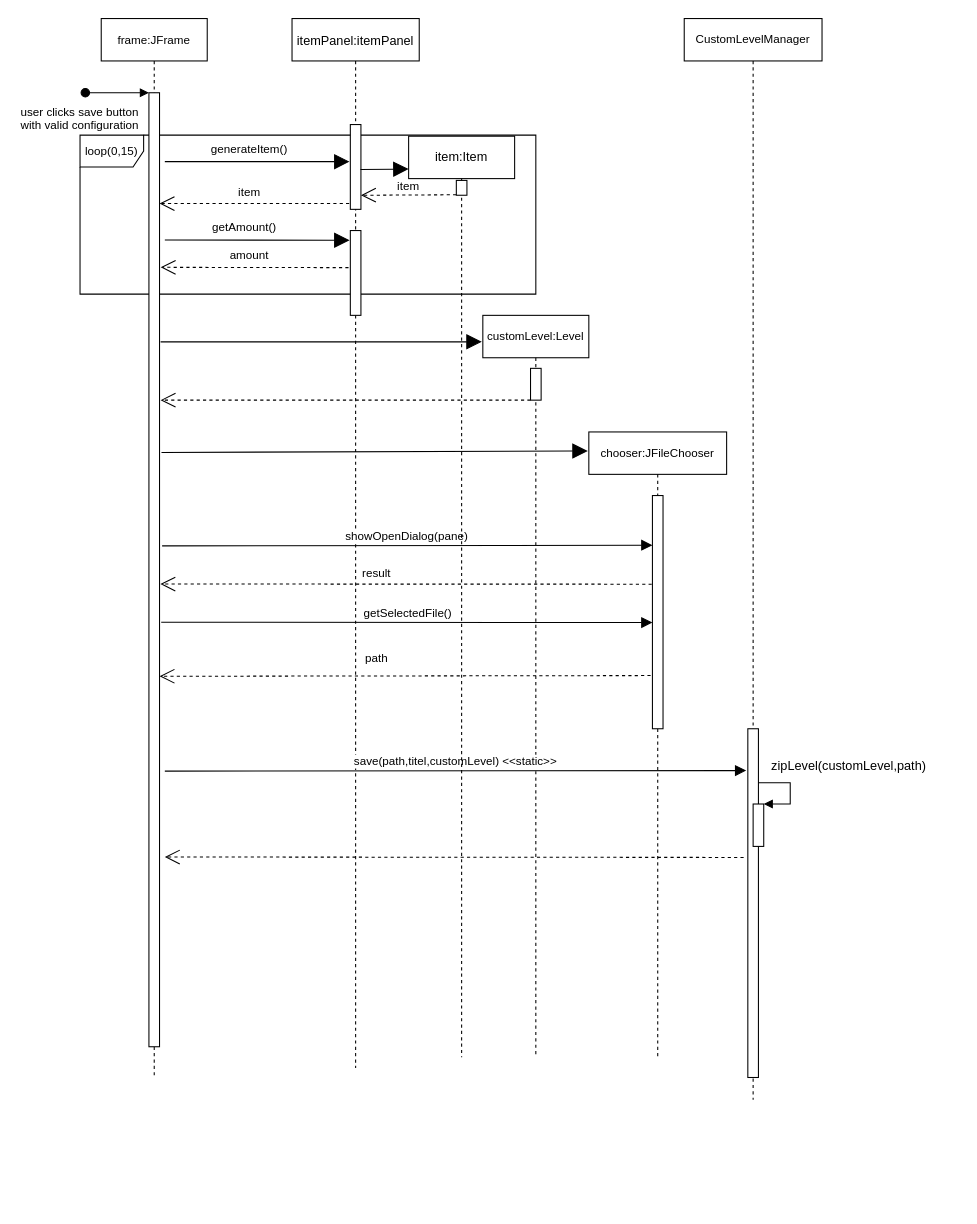
This is Squenzdiagramm.drawio from CaroReutin/Teamprojekt, a draw.io file, before an edit. Source tidied: cells renumbered, new cells numbered last; positions are measured from the earlier drawing's top-left corner, leaving out a move shared by most shapes. Both pictures are drawn from the tidied source at 106%, with x=0, y=0 at pixel (80, 18).
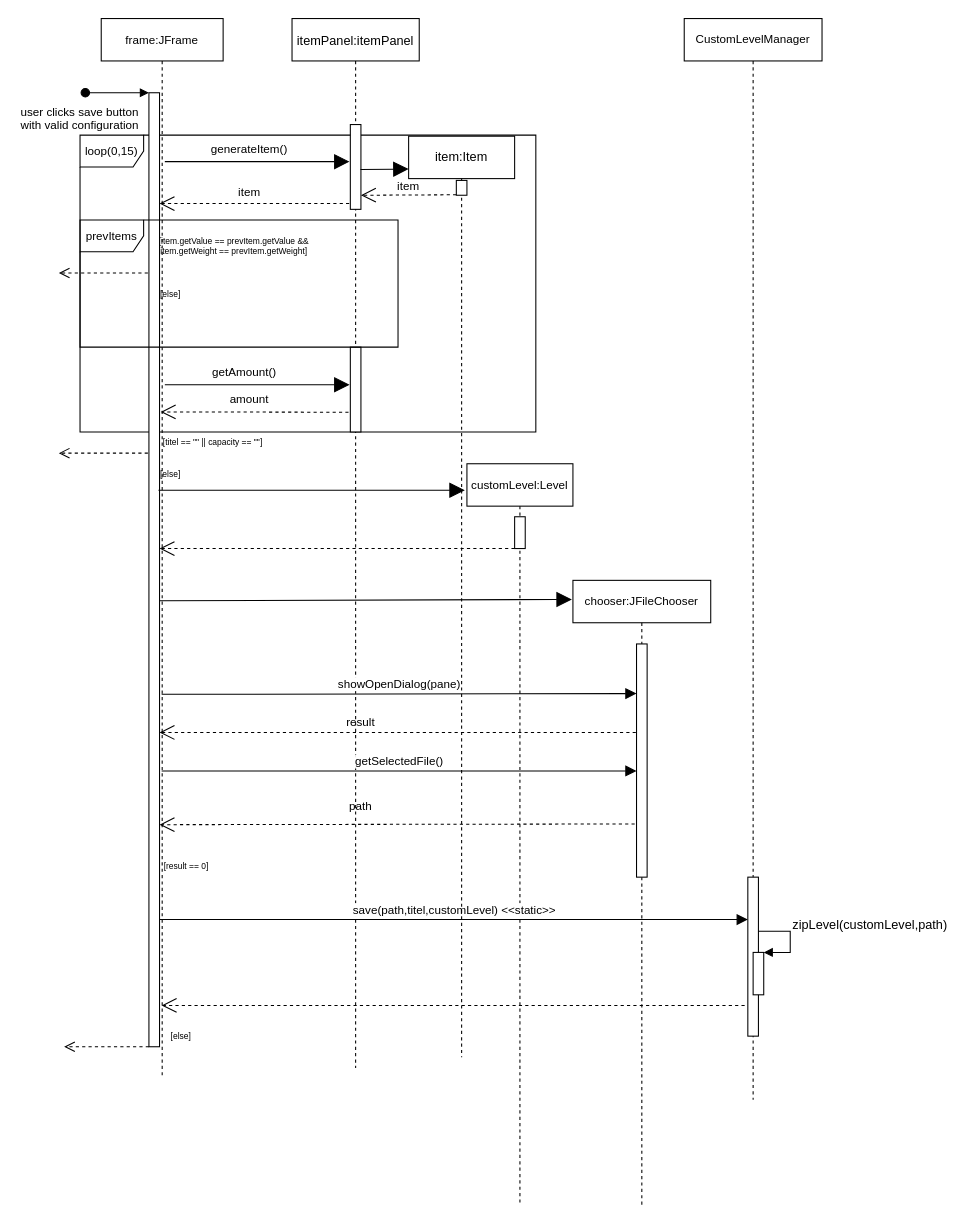
The same page after the edit.

Unchanged cells that the change refers to:
```xml
<mxCell id="4" style="points=[];perimeter=orthogonalPerimeter;rounded=0;shadow=0;strokeWidth=1;" parent="3" vertex="1">
  <mxGeometry x="45" y="70" width="10" height="900" as="geometry" />
</mxCell>
<mxCell id="7" value="itemPanel:itemPanel" style="shape=umlLifeline;perimeter=lifelinePerimeter;rounded=0;shadow=0;strokeWidth=1;" parent="1" vertex="1">
  <mxGeometry x="200" width="120" height="990" as="geometry" />
</mxCell>
<mxCell id="22" style="html=1;points=[];perimeter=orthogonalPerimeter;fontSize=11;fillColor=default;" parent="21" vertex="1">
  <mxGeometry x="60" y="60" width="10" height="220" as="geometry" />
</mxCell>
<mxCell id="29" value="CustomLevelManager" style="shape=umlLifeline;perimeter=lifelinePerimeter;whiteSpace=wrap;html=1;fontSize=11;fillColor=none;" parent="1" vertex="1">
  <mxGeometry x="570" width="130" height="1020" as="geometry" />
</mxCell>
```

The edit, as a diff of the source:
```diff
@@
     <mxCell id="2" value="loop(0,15)" style="shape=umlFrame;whiteSpace=wrap;html=1;fontSize=11;fillColor=none;" parent="1" vertex="1">
-      <mxGeometry y="110" width="430" height="150" as="geometry" />
+      <mxGeometry y="110" width="430" height="280" as="geometry" />
     </mxCell>
     <mxCell id="3" value="frame:JFrame" style="shape=umlLifeline;perimeter=lifelinePerimeter;rounded=0;shadow=0;strokeWidth=1;fontSize=11;" parent="1" vertex="1">
-      <mxGeometry x="20" width="100" height="1000" as="geometry" />
+      <mxGeometry x="20" width="115" height="1000" as="geometry" />
     </mxCell>
@@
     <mxCell id="6" style="endArrow=open;endFill=0;endSize=12;html=1;rounded=0;fontSize=11;entryX=0.276;entryY=0.834;entryDx=0;entryDy=0;entryPerimeter=0;exitX=-0.173;exitY=0.772;exitDx=0;exitDy=0;exitPerimeter=0;dashed=1;" parent="3" edge="1" source="22">
       <mxGeometry relative="1" as="geometry">
-        <mxPoint x="55" y="620.5" as="targetPoint" />
+        <mxPoint x="55" y="760.5" as="targetPoint" />
       </mxGeometry>
     </mxCell>
+    <mxCell id="42" value="[else]" style="text;html=1;align=center;verticalAlign=middle;strokeColor=none;fillColor=none;fontSize=8;" parent="3" vertex="1">
+      <mxGeometry x="45" y="420" width="40" height="20" as="geometry" />
+    </mxCell>
+    <mxCell id="43" value="[result == 0]" style="text;html=1;align=center;verticalAlign=middle;strokeColor=none;fillColor=none;fontSize=8;" parent="3" vertex="1">
+      <mxGeometry x="45" y="790" width="70" height="20" as="geometry" />
+    </mxCell>
+    <mxCell id="44" value="[else]" style="text;html=1;align=center;verticalAlign=middle;strokeColor=none;fillColor=none;fontSize=8;" parent="3" vertex="1">
+      <mxGeometry x="55" y="950" width="40" height="20" as="geometry" />
+    </mxCell>
@@
     <mxCell id="9" style="html=1;perimeter=orthogonalPerimeter;" parent="7" vertex="1">
-      <mxGeometry x="55" y="200" width="10" height="80" as="geometry" />
+      <mxGeometry x="55" y="310" width="10" height="80" as="geometry" />
     </mxCell>
@@
     <mxCell id="14" style="endArrow=block;endFill=1;endSize=12;html=1;rounded=0;fontSize=11;entryX=-0.067;entryY=0.538;entryDx=0;entryDy=0;entryPerimeter=0;" parent="1" edge="1">
       <mxGeometry relative="1" as="geometry">
-        <mxPoint x="80" y="209" as="sourcePoint" />
-        <mxPoint x="254.3" y="209.1" as="targetPoint" />
+        <mxPoint x="80" y="345.4" as="sourcePoint" />
+        <mxPoint x="254.3" y="345.5" as="targetPoint" />
       </mxGeometry>
     </mxCell>
     <mxCell id="15" value="getAmount()" style="text;align=center;fontStyle=0;verticalAlign=middle;spacingLeft=3;spacingRight=3;strokeColor=none;fontSize=11;fillColor=none;" parent="1" vertex="1">
-      <mxGeometry x="115.3" y="183.6" width="80" height="26" as="geometry" />
+      <mxGeometry x="115.3" y="320" width="80" height="26" as="geometry" />
     </mxCell>
-    <mxCell id="16" style="endArrow=open;endFill=0;endSize=12;html=1;rounded=0;fontSize=11;exitX=-0.167;exitY=0.646;exitDx=0;exitDy=0;exitPerimeter=0;entryX=1.107;entryY=0.183;entryDx=0;entryDy=0;entryPerimeter=0;dashed=1;" parent="1" edge="1" target="4">
+    <mxCell id="16" style="endArrow=open;endFill=0;endSize=12;html=1;rounded=0;fontSize=11;exitX=-0.167;exitY=0.646;exitDx=0;exitDy=0;exitPerimeter=0;entryX=1.107;entryY=0.183;entryDx=0;entryDy=0;entryPerimeter=0;dashed=1;" parent="1" edge="1">
       <mxGeometry relative="1" as="geometry">
-        <mxPoint x="253.3" y="235" as="sourcePoint" />
+        <mxPoint x="253.3" y="371.4" as="sourcePoint" />
+        <mxPoint x="76.1" y="371.1" as="targetPoint" />
       </mxGeometry>
     </mxCell>
     <mxCell id="17" value="amount" style="text;align=center;fontStyle=0;verticalAlign=middle;spacingLeft=3;spacingRight=3;strokeColor=none;fontSize=11;fillColor=none;dashed=1;" parent="1" vertex="1">
-      <mxGeometry x="120" y="209.6" width="80" height="26" as="geometry" />
+      <mxGeometry x="120" y="346" width="80" height="26" as="geometry" />
     </mxCell>
     <mxCell id="18" style="endArrow=block;endFill=1;endSize=12;html=1;rounded=0;fontSize=11;entryX=0;entryY=0.5;entryDx=0;entryDy=0;" parent="1" edge="1">
       <mxGeometry relative="1" as="geometry">
-        <mxPoint x="76" y="305" as="sourcePoint" />
-        <mxPoint x="379" y="305" as="targetPoint" />
+        <mxPoint x="74" y="445" as="sourcePoint" />
+        <mxPoint x="363" y="445" as="targetPoint" />
       </mxGeometry>
     </mxCell>
     <mxCell id="19" value="customLevel:Level" style="shape=umlLifeline;perimeter=lifelinePerimeter;whiteSpace=wrap;html=1;fontSize=11;fillColor=none;" parent="1" vertex="1">
-      <mxGeometry x="380" y="280" width="100" height="700" as="geometry" />
+      <mxGeometry x="365" y="420" width="100" height="700" as="geometry" />
     </mxCell>
@@
     <mxCell id="21" value="chooser:JFileChooser" style="shape=umlLifeline;perimeter=lifelinePerimeter;whiteSpace=wrap;html=1;fontSize=11;fillColor=none;" parent="1" vertex="1">
-      <mxGeometry x="480" y="390" width="130" height="590" as="geometry" />
+      <mxGeometry x="465" y="530" width="130" height="590" as="geometry" />
     </mxCell>
@@
-    <mxCell id="23" value="getSelectedFile()" style="html=1;verticalAlign=bottom;endArrow=block;endSize=8;rounded=0;fontSize=11;entryX=0;entryY=0.213;entryDx=0;entryDy=0;entryPerimeter=0;endFill=1;exitX=1.158;exitY=0.555;exitDx=0;exitDy=0;exitPerimeter=0;" parent="21" edge="1" source="4">
+    <mxCell id="23" value="getSelectedFile()" style="html=1;verticalAlign=bottom;endArrow=block;endSize=8;rounded=0;fontSize=11;entryX=0;entryY=0.213;entryDx=0;entryDy=0;entryPerimeter=0;endFill=1;" parent="21" edge="1" source="3">
       <mxGeometry relative="1" as="geometry">
         <mxPoint x="60" y="179.8" as="targetPoint" />
       </mxGeometry>
     </mxCell>
-    <mxCell id="24" value="showOpenDialog(pane)" style="html=1;verticalAlign=bottom;endArrow=block;endSize=8;rounded=0;fontSize=11;entryX=0;entryY=0.213;entryDx=0;entryDy=0;entryPerimeter=0;exitX=1.244;exitY=0.475;exitDx=0;exitDy=0;exitPerimeter=0;endFill=1;" parent="1" edge="1" source="4" target="22">
-      <mxGeometry relative="1" as="geometry" />
+    <mxCell id="24" value="showOpenDialog(pane)" style="html=1;verticalAlign=bottom;endArrow=block;endSize=8;rounded=0;fontSize=11;entryX=0;entryY=0.213;entryDx=0;entryDy=0;entryPerimeter=0;exitX=1.244;exitY=0.475;exitDx=0;exitDy=0;exitPerimeter=0;endFill=1;" parent="1" edge="1" target="22">
+      <mxGeometry relative="1" as="geometry">
+        <mxPoint x="77" y="637.5" as="sourcePoint" />
+      </mxGeometry>
     </mxCell>
-    <mxCell id="25" style="endArrow=block;endFill=1;endSize=12;html=1;rounded=0;fontSize=11;exitX=1.184;exitY=0.377;exitDx=0;exitDy=0;exitPerimeter=0;" parent="1" edge="1" source="4">
+    <mxCell id="25" style="endArrow=block;endFill=1;endSize=12;html=1;rounded=0;fontSize=11;exitX=1.184;exitY=0.377;exitDx=0;exitDy=0;exitPerimeter=0;" parent="1" edge="1">
       <mxGeometry relative="1" as="geometry">
-        <mxPoint x="479" y="408" as="targetPoint" />
+        <mxPoint x="75" y="549.3" as="sourcePoint" />
+        <mxPoint x="464" y="548" as="targetPoint" />
       </mxGeometry>
     </mxCell>
-    <mxCell id="26" style="endArrow=open;endFill=0;endSize=12;html=1;rounded=0;fontSize=11;entryX=1.078;entryY=0.515;entryDx=0;entryDy=0;entryPerimeter=0;exitX=-0.065;exitY=0.38;exitDx=0;exitDy=0;exitPerimeter=0;dashed=1;" parent="1" edge="1" source="22" target="4">
-      <mxGeometry relative="1" as="geometry" />
+    <mxCell id="26" style="endArrow=open;endFill=0;endSize=12;html=1;rounded=0;fontSize=11;entryX=1.078;entryY=0.515;entryDx=0;entryDy=0;entryPerimeter=0;exitX=-0.065;exitY=0.38;exitDx=0;exitDy=0;exitPerimeter=0;dashed=1;" parent="1" edge="1" source="22">
+      <mxGeometry relative="1" as="geometry">
+        <mxPoint x="75" y="673.5" as="targetPoint" />
+      </mxGeometry>
     </mxCell>
     <mxCell id="27" value="result" style="text;align=center;fontStyle=0;verticalAlign=middle;spacingLeft=3;spacingRight=3;strokeColor=none;fontSize=11;fillColor=none;" parent="1" vertex="1">
-      <mxGeometry x="240" y="510" width="80" height="26" as="geometry" />
+      <mxGeometry x="225" y="650" width="80" height="26" as="geometry" />
     </mxCell>
     <mxCell id="28" value="path" style="text;align=center;fontStyle=0;verticalAlign=middle;spacingLeft=3;spacingRight=3;strokeColor=none;fontSize=11;fillColor=none;" parent="1" vertex="1">
-      <mxGeometry x="240" y="590" width="80" height="26" as="geometry" />
+      <mxGeometry x="225" y="730" width="80" height="26" as="geometry" />
     </mxCell>
@@
     <mxCell id="30" style="html=1;points=[];perimeter=orthogonalPerimeter;fontSize=11;fillColor=default;" parent="29" vertex="1">
-      <mxGeometry x="60" y="670" width="10" height="329" as="geometry" />
+      <mxGeometry x="60" y="810" width="10" height="150" as="geometry" />
     </mxCell>
     <mxCell id="31" style="html=1;perimeter=orthogonalPerimeter;" parent="29" vertex="1">
-      <mxGeometry x="65" y="741" width="10" height="40" as="geometry" />
+      <mxGeometry x="65" y="881" width="10" height="40" as="geometry" />
     </mxCell>
     <mxCell id="32" style="edgeStyle=orthogonalEdgeStyle;html=1;align=left;spacingLeft=2;endArrow=block;rounded=0;entryX=1;entryY=0;" parent="29" edge="1">
       <mxGeometry relative="1" as="geometry">
-        <mxPoint x="70" y="721" as="sourcePoint" />
-        <mxPoint x="75" y="741" as="targetPoint" />
+        <mxPoint x="70" y="861" as="sourcePoint" />
+        <mxPoint x="75" y="881" as="targetPoint" />
         <Array as="points">
-          <mxPoint x="100" y="721" />
+          <mxPoint x="100" y="861" />
         </Array>
       </mxGeometry>
     </mxCell>
-    <mxCell id="33" value="save(path,titel,customLevel) &amp;lt;&amp;lt;static&amp;gt;&amp;gt;" style="html=1;verticalAlign=bottom;endArrow=block;endSize=8;rounded=0;fontSize=11;endFill=1;entryX=-0.154;entryY=0.12;entryDx=0;entryDy=0;entryPerimeter=0;" parent="1" edge="1" target="30">
+    <mxCell id="33" value="save(path,titel,customLevel) &amp;lt;&amp;lt;static&amp;gt;&amp;gt;" style="html=1;verticalAlign=bottom;endArrow=block;endSize=8;rounded=0;fontSize=11;endFill=1;" parent="1" edge="1" target="30">
       <mxGeometry relative="1" as="geometry">
-        <mxPoint x="80" y="710" as="sourcePoint" />
+        <mxPoint x="75" y="850" as="sourcePoint" />
       </mxGeometry>
     </mxCell>
-    <mxCell id="34" style="endArrow=open;endFill=0;endSize=12;html=1;rounded=0;fontSize=11;exitX=-0.396;exitY=0.369;exitDx=0;exitDy=0;exitPerimeter=0;dashed=1;" parent="1" edge="1" source="30">
+    <mxCell id="34" style="endArrow=open;endFill=0;endSize=12;html=1;rounded=0;fontSize=11;dashed=1;" parent="1" edge="1">
       <mxGeometry relative="1" as="geometry">
-        <mxPoint x="80" y="791" as="targetPoint" />
+        <mxPoint x="627" y="931" as="sourcePoint" />
+        <mxPoint x="77" y="931" as="targetPoint" />
       </mxGeometry>
     </mxCell>
     <mxCell id="35" style="endArrow=open;dashed=1;endFill=0;endSize=12;html=1;rounded=0;" parent="1" edge="1">
       <mxGeometry relative="1" as="geometry">
-        <mxPoint x="425" y="360" as="sourcePoint" />
-        <mxPoint x="76" y="360" as="targetPoint" />
+        <mxPoint x="410" y="500" as="sourcePoint" />
+        <mxPoint x="75" y="500" as="targetPoint" />
       </mxGeometry>
     </mxCell>
@@
     <mxCell id="41" value="zipLevel(customLevel,path)" style="text;html=1;align=center;verticalAlign=middle;strokeColor=none;fillColor=none;" parent="1" vertex="1">
-      <mxGeometry x="640" y="690" width="170" height="30" as="geometry" />
+      <mxGeometry x="660" y="840" width="170" height="30" as="geometry" />
     </mxCell>
+    <mxCell id="45" value="prevItems" style="shape=umlFrame;whiteSpace=wrap;html=1;fontSize=11;fillColor=none;" parent="1" vertex="1">
+      <mxGeometry y="190" width="300" height="120" as="geometry" />
+    </mxCell>
+    <mxCell id="46" value="&lt;div&gt;[item.getValue == prevItem.getValue &amp;amp;&amp;amp;&lt;/div&gt;&lt;div&gt;item.getWeight == prevItem.getWeight]&lt;/div&gt;" style="text;html=1;align=center;verticalAlign=middle;strokeColor=none;fillColor=none;fontSize=8;" parent="1" vertex="1">
+      <mxGeometry x="65" y="200" width="160" height="30" as="geometry" />
+    </mxCell>
+    <mxCell id="47" style="html=1;verticalAlign=bottom;endArrow=open;dashed=1;endSize=8;rounded=0;fontSize=8;" parent="1" edge="1">
+      <mxGeometry x="0.29" relative="1" as="geometry">
+        <mxPoint x="64" y="240" as="sourcePoint" />
+        <mxPoint x="-20" y="240" as="targetPoint" />
+      </mxGeometry>
+    </mxCell>
+    <mxCell id="48" value="[else]" style="text;html=1;align=center;verticalAlign=middle;strokeColor=none;fillColor=none;fontSize=8;" parent="1" vertex="1">
+      <mxGeometry x="65" y="250" width="40" height="20" as="geometry" />
+    </mxCell>
+    <mxCell id="49" value="[titel == &quot;&quot; || capacity == &quot;&quot;]" style="text;html=1;align=center;verticalAlign=middle;strokeColor=none;fillColor=none;fontSize=8;" parent="1" vertex="1">
+      <mxGeometry x="65" y="390" width="120" height="20" as="geometry" />
+    </mxCell>
+    <mxCell id="50" style="html=1;verticalAlign=bottom;endArrow=open;dashed=1;endSize=8;rounded=0;fontSize=8;" parent="1" edge="1">
+      <mxGeometry x="0.29" relative="1" as="geometry">
+        <mxPoint x="64" y="410" as="sourcePoint" />
+        <mxPoint x="-20" y="410" as="targetPoint" />
+      </mxGeometry>
+    </mxCell>
+    <mxCell id="51" style="html=1;verticalAlign=bottom;endArrow=open;dashed=1;endSize=8;rounded=0;fontSize=8;" parent="1" edge="1">
+      <mxGeometry relative="1" as="geometry">
+        <mxPoint x="65" y="970" as="sourcePoint" />
+        <mxPoint x="-15" y="970" as="targetPoint" />
+      </mxGeometry>
+    </mxCell>
```
